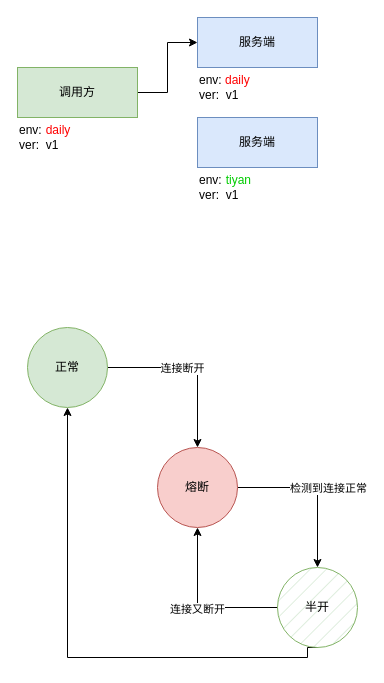
Before: page "流量治理" (2 of 6) of 业务上云.drawio in myfreejoey/picgo, a draw.io diagram. Source tidied: cells renumbered, new cells numbered last; positions are measured from the earlier drawing's top-left corner, leaving out a move shared by most shapes. Both pictures are drawn from the tidied source at 100%, with x=0, y=0 at pixel (17, 17).
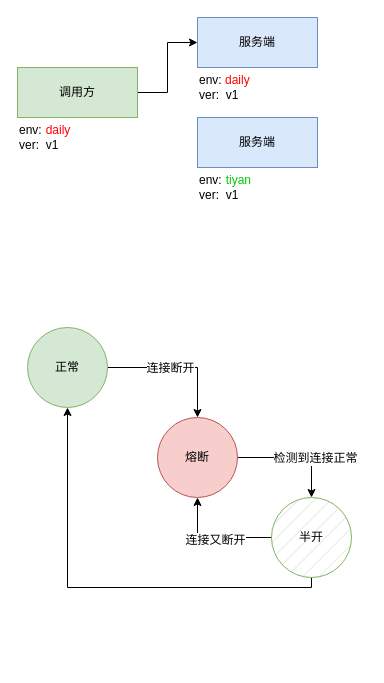
After the change.

Unchanged cells that the change refers to:
```xml
<mxCell id="9" style="edgeStyle=orthogonalEdgeStyle;rounded=0;jettySize=auto;html=1;exitX=1;exitY=0.5;exitDx=0;exitDy=0;" parent="1" edge="1" source="11" target="14">
  <mxGeometry relative="1" as="geometry" />
</mxCell>
<mxCell id="11" value="正常" style="ellipse;whiteSpace=wrap;html=1;fillColor=#d5e8d4;strokeColor=#82b366;" parent="1" vertex="1">
  <mxGeometry x="10" y="310" width="80" height="80" as="geometry" />
</mxCell>
<mxCell id="12" style="edgeStyle=orthogonalEdgeStyle;rounded=0;jettySize=auto;html=1;exitX=1;exitY=0.5;exitDx=0;exitDy=0;entryX=0.5;entryY=0;entryDx=0;entryDy=0;" parent="1" edge="1" source="14" target="18">
  <mxGeometry relative="1" as="geometry" />
</mxCell>
<mxCell id="16" style="edgeStyle=orthogonalEdgeStyle;rounded=0;jettySize=auto;html=1;entryX=0.5;entryY=1;entryDx=0;entryDy=0;" parent="1" edge="1" source="18" target="14">
  <mxGeometry relative="1" as="geometry" />
</mxCell>
```

What changed in the source:
```diff
@@
-    <mxCell id="10" value="连接断开" style="edgeLabel;html=1;align=center;verticalAlign=middle;" parent="9" vertex="1">
+    <mxCell id="10" value="&lt;font style=&quot;font-size: 12px;&quot;&gt;连接断开&lt;/font&gt;" style="edgeLabel;html=1;align=center;verticalAlign=middle;" parent="9" vertex="1">
       <mxGeometry x="-0.24" y="1" relative="1" as="geometry">
         <mxPoint x="9" y="1" as="offset" />
       </mxGeometry>
     </mxCell>
@@
-    <mxCell id="13" value="检测到连接正常" style="edgeLabel;html=1;align=center;verticalAlign=middle;" parent="12" vertex="1">
+    <mxCell id="13" value="检测到连接正常" style="edgeLabel;html=1;align=center;verticalAlign=middle;fontSize=12;" parent="12" vertex="1">
       <mxGeometry x="-0.44" y="1" relative="1" as="geometry">
         <mxPoint x="45" y="1" as="offset" />
       </mxGeometry>
     </mxCell>
     <mxCell id="14" value="熔断" style="ellipse;whiteSpace=wrap;html=1;fillColor=#f8cecc;strokeColor=#b85450;" parent="1" vertex="1">
-      <mxGeometry x="140" y="430" width="80" height="80" as="geometry" />
+      <mxGeometry x="140" y="400" width="80" height="80" as="geometry" />
     </mxCell>
     <mxCell id="15" style="edgeStyle=orthogonalEdgeStyle;rounded=0;jettySize=auto;html=1;entryX=0.5;entryY=1;entryDx=0;entryDy=0;exitX=0.5;exitY=1;exitDx=0;exitDy=0;" parent="1" edge="1" source="18" target="11">
       <mxGeometry relative="1" as="geometry">
         <Array as="points">
-          <mxPoint x="290" y="640" />
-          <mxPoint x="50" y="640" />
+          <mxPoint x="294" y="570" />
+          <mxPoint x="50" y="570" />
         </Array>
       </mxGeometry>
     </mxCell>
@@
-    <mxCell id="17" value="连接又断开" style="edgeLabel;html=1;align=center;verticalAlign=middle;" parent="16" vertex="1">
+    <mxCell id="17" value="&lt;font style=&quot;font-size: 12px;&quot;&gt;连接又断开&lt;/font&gt;" style="edgeLabel;html=1;align=center;verticalAlign=middle;" parent="16" vertex="1">
       <mxGeometry y="1" relative="1" as="geometry">
         <mxPoint y="1" as="offset" />
       </mxGeometry>
     </mxCell>
     <mxCell id="18" value="半开" style="ellipse;whiteSpace=wrap;html=1;fillColor=#d5e8d4;strokeColor=#82b366;fillStyle=hatch;" parent="1" vertex="1">
-      <mxGeometry x="260" y="550" width="80" height="80" as="geometry" />
+      <mxGeometry x="254" y="480" width="80" height="80" as="geometry" />
     </mxCell>
```
